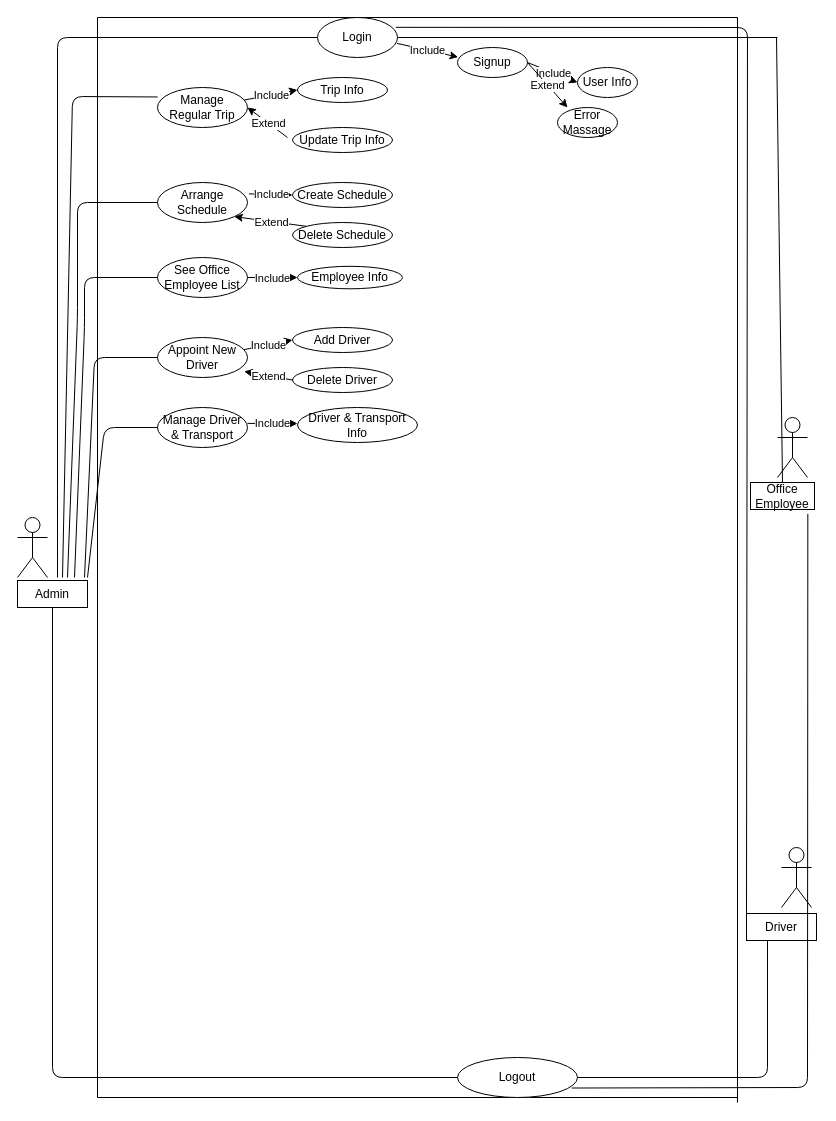
The draw.io diagram Untitled Diagram.drawio in SHIMAISRAFIL/Transport-Schedule, before the edit. Source tidied: cells renumbered, new cells numbered last; positions are measured from the earlier drawing's top-left corner, leaving out a move shared by most shapes. Both pictures are drawn from the tidied source at 100%, with x=0, y=0 at pixel (17, 17).
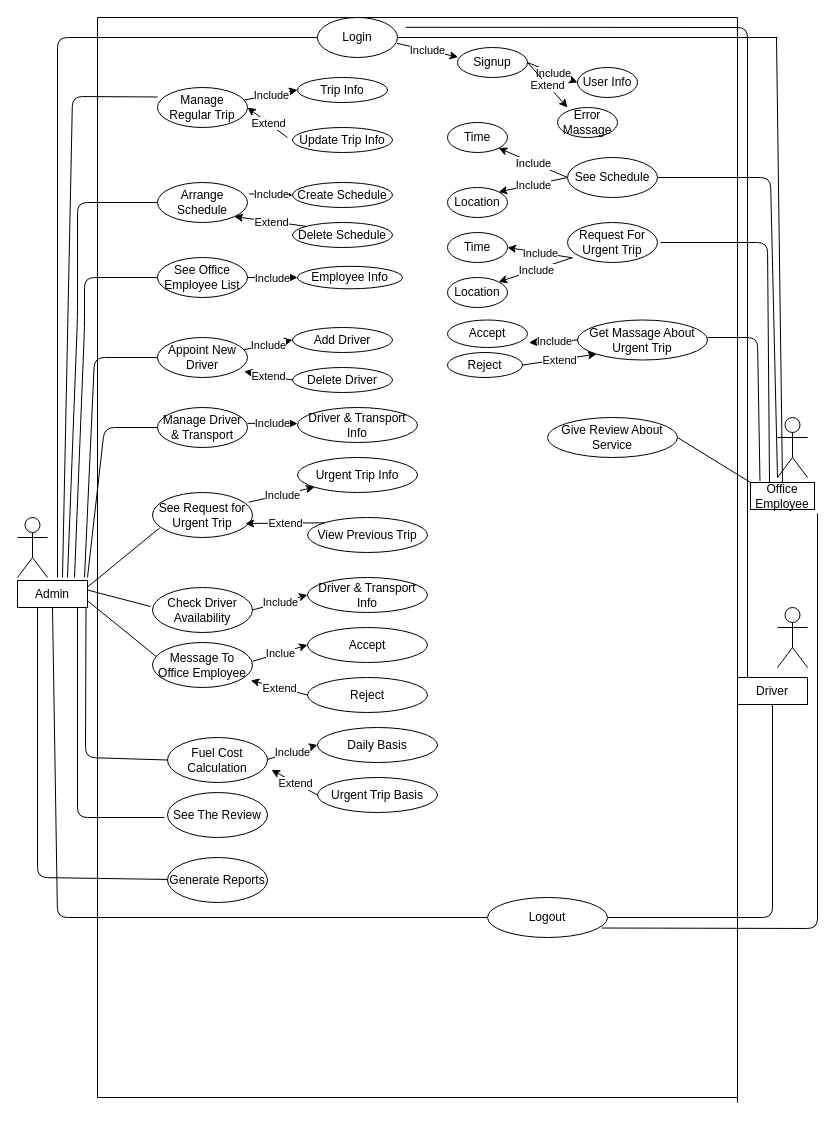
After the change.

Unchanged cells that the change refers to:
```xml
<mxCell id="9" value="Admin" style="rounded=0;whiteSpace=wrap;html=1;" parent="1" vertex="1">
  <mxGeometry y="563" width="70" height="27" as="geometry" />
</mxCell>
<mxCell id="10" value="Office Employee" style="rounded=0;whiteSpace=wrap;html=1;" parent="1" vertex="1">
  <mxGeometry x="733" y="465" width="64" height="27" as="geometry" />
</mxCell>
<mxCell id="15" value="Login" style="ellipse;whiteSpace=wrap;html=1;" parent="1" vertex="1">
  <mxGeometry x="300" width="80" height="40" as="geometry" />
</mxCell>
```

Diff of the diagram source:
```diff
@@
     <mxCell id="4" style="shape=umlActor;verticalLabelPosition=bottom;verticalAlign=top;html=1;" parent="1" vertex="1">
-      <mxGeometry x="764" y="830" width="30" height="60" as="geometry" />
+      <mxGeometry x="760" y="590" width="30" height="60" as="geometry" />
     </mxCell>
@@
     <mxCell id="11" value="Driver" style="rounded=0;whiteSpace=wrap;html=1;" parent="1" vertex="1">
-      <mxGeometry x="729" y="896" width="70" height="27" as="geometry" />
+      <mxGeometry x="720" y="660" width="70" height="27" as="geometry" />
     </mxCell>
-    <mxCell id="12" style="endArrow=none;html=1;" parent="1" edge="1">
+    <mxCell id="12" style="endArrow=none;html=1;entryX=0.5;entryY=1;entryDx=0;entryDy=0;exitX=1;exitY=0.5;exitDx=0;exitDy=0;" parent="1" edge="1" source="13" target="11">
       <mxGeometry relative="1" as="geometry">
-        <mxPoint x="560" y="1060" as="sourcePoint" />
-        <mxPoint x="750" y="923" as="targetPoint" />
         <Array as="points">
-          <mxPoint x="750" y="1060" />
+          <mxPoint x="755" y="900" />
         </Array>
       </mxGeometry>
     </mxCell>
     <mxCell id="13" value="Logout" style="ellipse;whiteSpace=wrap;html=1;" parent="1" vertex="1">
-      <mxGeometry x="440" y="1040" width="120" height="40" as="geometry" />
+      <mxGeometry x="470" y="880" width="120" height="40" as="geometry" />
     </mxCell>
@@
     <mxCell id="39" style="endArrow=none;html=1;entryX=0.5;entryY=1;entryDx=0;entryDy=0;exitX=0;exitY=0.5;exitDx=0;exitDy=0;" parent="1" edge="1" source="13" target="9">
       <mxGeometry relative="1" as="geometry">
         <Array as="points">
-          <mxPoint x="35" y="1060" />
+          <mxPoint x="40" y="900" />
         </Array>
       </mxGeometry>
     </mxCell>
-    <mxCell id="40" style="endArrow=none;html=1;entryX=0.896;entryY=1.163;entryDx=0;entryDy=0;entryPerimeter=0;exitX=0.952;exitY=0.763;exitDx=0;exitDy=0;exitPerimeter=0;" parent="1" edge="1" source="13" target="10">
+    <mxCell id="40" style="endArrow=none;html=1;exitX=0.952;exitY=0.763;exitDx=0;exitDy=0;exitPerimeter=0;" parent="1" edge="1" source="13">
       <mxGeometry relative="1" as="geometry">
+        <mxPoint x="800" y="496" as="targetPoint" />
         <Array as="points">
-          <mxPoint x="790" y="1070" />
+          <mxPoint x="800" y="911" />
         </Array>
       </mxGeometry>
     </mxCell>
-    <mxCell id="41" style="endArrow=none;html=1;exitX=0;exitY=0;exitDx=0;exitDy=0;entryX=0.978;entryY=0.246;entryDx=0;entryDy=0;entryPerimeter=0;" parent="1" edge="1" source="11" target="15">
+    <mxCell id="41" style="endArrow=none;html=1;entryX=0.978;entryY=0.246;entryDx=0;entryDy=0;entryPerimeter=0;" parent="1" edge="1">
       <mxGeometry relative="1" as="geometry">
+        <mxPoint x="730" y="660" as="sourcePoint" />
+        <mxPoint x="388.2" y="9.8" as="targetPoint" />
         <Array as="points">
           <mxPoint x="730" y="10" />
         </Array>
       </mxGeometry>
     </mxCell>
@@
+    <mxCell id="64" style="endArrow=none;html=1;exitX=1;exitY=0.5;exitDx=0;exitDy=0;entryX=0.07;entryY=0.79;entryDx=0;entryDy=0;entryPerimeter=0;" parent="1" edge="1" target="65">
+      <mxGeometry relative="1" as="geometry">
+        <mxPoint x="70" y="569.5" as="sourcePoint" />
+      </mxGeometry>
+    </mxCell>
+    <mxCell id="65" value="See Request for Urgent Trip" style="ellipse;whiteSpace=wrap;html=1;" parent="1" vertex="1">
+      <mxGeometry x="135" y="475" width="100" height="45" as="geometry" />
+    </mxCell>
+    <mxCell id="66" value="Urgent Trip Info" style="ellipse;whiteSpace=wrap;html=1;" parent="1" vertex="1">
+      <mxGeometry x="280" y="440" width="120" height="35" as="geometry" />
+    </mxCell>
+    <mxCell id="67" value="View Previous Trip" style="ellipse;whiteSpace=wrap;html=1;" parent="1" vertex="1">
+      <mxGeometry x="290" y="500" width="120" height="35" as="geometry" />
+    </mxCell>
+    <mxCell id="68" style="endArrow=classic;html=1;entryX=0;entryY=1;entryDx=0;entryDy=0;exitX=0.961;exitY=0.217;exitDx=0;exitDy=0;exitPerimeter=0;" parent="1" edge="1" source="65" target="66">
+      <mxGeometry relative="1" as="geometry" />
+    </mxCell>
+    <mxCell id="69" value="Include" style="edgeLabel;html=1;align=center;verticalAlign=middle;" parent="68" vertex="1">
+      <mxGeometry relative="1" as="geometry" />
+    </mxCell>
+    <mxCell id="70" style="endArrow=classic;html=1;exitX=0;exitY=0;exitDx=0;exitDy=0;" parent="1" edge="1" source="67">
+      <mxGeometry relative="1" as="geometry">
+        <mxPoint x="228" y="506" as="targetPoint" />
+      </mxGeometry>
+    </mxCell>
+    <mxCell id="71" value="Extend" style="edgeLabel;html=1;align=center;verticalAlign=middle;" parent="70" vertex="1">
+      <mxGeometry relative="1" as="geometry" />
+    </mxCell>
+    <mxCell id="72" style="endArrow=none;html=1;exitX=1;exitY=0.5;exitDx=0;exitDy=0;" parent="1" edge="1">
+      <mxGeometry relative="1" as="geometry">
+        <mxPoint x="70" y="572.5" as="sourcePoint" />
+        <mxPoint x="133" y="589" as="targetPoint" />
+      </mxGeometry>
+    </mxCell>
+    <mxCell id="73" value="Check Driver Availability" style="ellipse;whiteSpace=wrap;html=1;" parent="1" vertex="1">
+      <mxGeometry x="135" y="570" width="100" height="45" as="geometry" />
+    </mxCell>
+    <mxCell id="74" value="Driver &amp;amp; Transport Info" style="ellipse;whiteSpace=wrap;html=1;" parent="1" vertex="1">
+      <mxGeometry x="290" y="560" width="120" height="35" as="geometry" />
+    </mxCell>
+    <mxCell id="75" style="endArrow=classic;html=1;entryX=0;entryY=0.5;entryDx=0;entryDy=0;exitX=1;exitY=0.5;exitDx=0;exitDy=0;" parent="1" edge="1" source="73" target="74">
+      <mxGeometry relative="1" as="geometry" />
+    </mxCell>
+    <mxCell id="76" value="Include" style="edgeLabel;html=1;align=center;verticalAlign=middle;" parent="75" vertex="1">
+      <mxGeometry relative="1" as="geometry" />
+    </mxCell>
+    <mxCell id="77" style="endArrow=none;html=1;exitX=1;exitY=0.75;exitDx=0;exitDy=0;entryX=0.05;entryY=0.333;entryDx=0;entryDy=0;entryPerimeter=0;" parent="1" edge="1" source="9" target="78">
+      <mxGeometry relative="1" as="geometry" />
+    </mxCell>
+    <mxCell id="78" value="Message To Office Employee" style="ellipse;whiteSpace=wrap;html=1;" parent="1" vertex="1">
+      <mxGeometry x="135" y="625" width="100" height="45" as="geometry" />
+    </mxCell>
+    <mxCell id="79" value="Accept" style="ellipse;whiteSpace=wrap;html=1;" parent="1" vertex="1">
+      <mxGeometry x="290" y="610" width="120" height="35" as="geometry" />
+    </mxCell>
+    <mxCell id="80" value="Reject" style="ellipse;whiteSpace=wrap;html=1;" parent="1" vertex="1">
+      <mxGeometry x="290" y="660" width="120" height="35" as="geometry" />
+    </mxCell>
+    <mxCell id="81" style="endArrow=classic;html=1;entryX=0;entryY=0.5;entryDx=0;entryDy=0;" parent="1" edge="1" target="79">
+      <mxGeometry relative="1" as="geometry">
+        <mxPoint x="235" y="643.8" as="sourcePoint" />
+      </mxGeometry>
+    </mxCell>
+    <mxCell id="82" value="Inclue" style="edgeLabel;html=1;align=center;verticalAlign=middle;" parent="81" vertex="1">
+      <mxGeometry relative="1" as="geometry" />
+    </mxCell>
+    <mxCell id="83" style="endArrow=classic;html=1;entryX=0.983;entryY=0.844;entryDx=0;entryDy=0;entryPerimeter=0;exitX=0;exitY=0.5;exitDx=0;exitDy=0;" parent="1" edge="1" source="80" target="78">
+      <mxGeometry relative="1" as="geometry" />
+    </mxCell>
+    <mxCell id="84" value="Extend" style="edgeLabel;html=1;align=center;verticalAlign=middle;" parent="83" vertex="1">
+      <mxGeometry relative="1" as="geometry" />
+    </mxCell>
+    <mxCell id="85" style="endArrow=none;html=1;exitX=0.75;exitY=1;exitDx=0;exitDy=0;entryX=0;entryY=0.5;entryDx=0;entryDy=0;" parent="1" edge="1" target="86">
+      <mxGeometry relative="1" as="geometry">
+        <mxPoint x="68.5" y="590" as="sourcePoint" />
+        <Array as="points">
+          <mxPoint x="68" y="740" />
+        </Array>
+      </mxGeometry>
+    </mxCell>
+    <mxCell id="86" value="Fuel Cost Calculation" style="ellipse;whiteSpace=wrap;html=1;" parent="1" vertex="1">
+      <mxGeometry x="150" y="720" width="100" height="45" as="geometry" />
+    </mxCell>
+    <mxCell id="87" value="Daily Basis" style="ellipse;whiteSpace=wrap;html=1;" parent="1" vertex="1">
+      <mxGeometry x="300" y="710" width="120" height="35" as="geometry" />
+    </mxCell>
+    <mxCell id="88" value="Urgent Trip Basis" style="ellipse;whiteSpace=wrap;html=1;" parent="1" vertex="1">
+      <mxGeometry x="300" y="760" width="120" height="35" as="geometry" />
+    </mxCell>
+    <mxCell id="89" style="endArrow=classic;html=1;entryX=0;entryY=0.5;entryDx=0;entryDy=0;" parent="1" edge="1" target="87">
+      <mxGeometry relative="1" as="geometry">
+        <mxPoint x="250" y="741.9" as="sourcePoint" />
+      </mxGeometry>
+    </mxCell>
+    <mxCell id="90" value="Include" style="edgeLabel;html=1;align=center;verticalAlign=middle;" parent="89" vertex="1">
+      <mxGeometry relative="1" as="geometry" />
+    </mxCell>
+    <mxCell id="91" style="endArrow=classic;html=1;entryX=1.04;entryY=0.72;entryDx=0;entryDy=0;entryPerimeter=0;exitX=0;exitY=0.5;exitDx=0;exitDy=0;" parent="1" edge="1" source="88" target="86">
+      <mxGeometry relative="1" as="geometry" />
+    </mxCell>
+    <mxCell id="92" value="Extend" style="edgeLabel;html=1;align=center;verticalAlign=middle;" parent="91" vertex="1">
+      <mxGeometry relative="1" as="geometry" />
+    </mxCell>
+    <mxCell id="93" value="See The Review" style="ellipse;whiteSpace=wrap;html=1;" parent="1" vertex="1">
+      <mxGeometry x="150" y="775" width="100" height="45" as="geometry" />
+    </mxCell>
+    <mxCell id="94" style="endArrow=none;html=1;exitX=0.857;exitY=1;exitDx=0;exitDy=0;exitPerimeter=0;" parent="1" edge="1" source="9">
+      <mxGeometry relative="1" as="geometry">
+        <mxPoint x="147" y="800" as="targetPoint" />
+        <Array as="points">
+          <mxPoint x="60" y="800" />
+        </Array>
+      </mxGeometry>
+    </mxCell>
+    <mxCell id="95" style="endArrow=none;html=1;exitX=0.857;exitY=1;exitDx=0;exitDy=0;exitPerimeter=0;" parent="1" edge="1" target="96">
+      <mxGeometry relative="1" as="geometry">
+        <mxPoint x="20" y="590" as="sourcePoint" />
+        <Array as="points">
+          <mxPoint x="20" y="860" />
+        </Array>
+      </mxGeometry>
+    </mxCell>
+    <mxCell id="96" value="Generate Reports" style="ellipse;whiteSpace=wrap;html=1;" parent="1" vertex="1">
+      <mxGeometry x="150" y="840" width="100" height="45" as="geometry" />
+    </mxCell>
+    <mxCell id="97" style="endArrow=none;html=1;" parent="1" edge="1">
+      <mxGeometry relative="1" as="geometry">
+        <mxPoint x="760" y="460" as="sourcePoint" />
+        <mxPoint x="640" y="160" as="targetPoint" />
+        <Array as="points">
+          <mxPoint x="753" y="160" />
+        </Array>
+      </mxGeometry>
+    </mxCell>
+    <mxCell id="98" value="See Schedule" style="ellipse;whiteSpace=wrap;html=1;" parent="1" vertex="1">
+      <mxGeometry x="550" y="140" width="90" height="40" as="geometry" />
+    </mxCell>
+    <mxCell id="99" value="Time" style="ellipse;whiteSpace=wrap;html=1;" parent="1" vertex="1">
+      <mxGeometry x="430" y="105" width="60" height="30" as="geometry" />
+    </mxCell>
+    <mxCell id="100" value="Location" style="ellipse;whiteSpace=wrap;html=1;" parent="1" vertex="1">
+      <mxGeometry x="430" y="170" width="60" height="30" as="geometry" />
+    </mxCell>
+    <mxCell id="101" style="endArrow=classic;html=1;exitX=0;exitY=0.5;exitDx=0;exitDy=0;entryX=1;entryY=1;entryDx=0;entryDy=0;" parent="1" edge="1" source="98" target="99">
+      <mxGeometry relative="1" as="geometry" />
+    </mxCell>
+    <mxCell id="102" value="Include" style="edgeLabel;html=1;align=center;verticalAlign=middle;" parent="101" vertex="1">
+      <mxGeometry relative="1" as="geometry" />
+    </mxCell>
+    <mxCell id="103" style="endArrow=classic;html=1;exitX=0;exitY=0.5;exitDx=0;exitDy=0;entryX=1;entryY=0;entryDx=0;entryDy=0;" parent="1" edge="1" source="98" target="100">
+      <mxGeometry relative="1" as="geometry" />
+    </mxCell>
+    <mxCell id="104" value="Include" style="edgeLabel;html=1;align=center;verticalAlign=middle;" parent="103" vertex="1">
+      <mxGeometry relative="1" as="geometry" />
+    </mxCell>
+    <mxCell id="105" style="endArrow=none;html=1;exitX=0.25;exitY=0;exitDx=0;exitDy=0;entryX=1;entryY=0.5;entryDx=0;entryDy=0;" parent="1" edge="1">
+      <mxGeometry relative="1" as="geometry">
+        <mxPoint x="752" y="465" as="sourcePoint" />
+        <mxPoint x="643" y="225" as="targetPoint" />
+        <Array as="points">
+          <mxPoint x="750" y="225" />
+        </Array>
+      </mxGeometry>
+    </mxCell>
+    <mxCell id="106" value="Request For Urgent Trip" style="ellipse;whiteSpace=wrap;html=1;" parent="1" vertex="1">
+      <mxGeometry x="550" y="205" width="90" height="40" as="geometry" />
+    </mxCell>
+    <mxCell id="107" value="Time" style="ellipse;whiteSpace=wrap;html=1;" parent="1" vertex="1">
+      <mxGeometry x="430" y="215" width="60" height="30" as="geometry" />
+    </mxCell>
+    <mxCell id="108" value="Location" style="ellipse;whiteSpace=wrap;html=1;" parent="1" vertex="1">
+      <mxGeometry x="430" y="260" width="60" height="30" as="geometry" />
+    </mxCell>
+    <mxCell id="109" style="endArrow=classic;html=1;entryX=1;entryY=0.5;entryDx=0;entryDy=0;exitX=0.058;exitY=0.885;exitDx=0;exitDy=0;exitPerimeter=0;" parent="1" edge="1" source="106" target="107">
+      <mxGeometry relative="1" as="geometry" />
+    </mxCell>
+    <mxCell id="110" value="Include" style="edgeLabel;html=1;align=center;verticalAlign=middle;" parent="109" vertex="1">
+      <mxGeometry relative="1" as="geometry" />
+    </mxCell>
+    <mxCell id="111" style="endArrow=classic;html=1;entryX=1;entryY=0;entryDx=0;entryDy=0;exitX=0.047;exitY=0.885;exitDx=0;exitDy=0;exitPerimeter=0;" parent="1" edge="1" source="106" target="108">
+      <mxGeometry relative="1" as="geometry" />
+    </mxCell>
+    <mxCell id="112" value="Include" style="edgeLabel;html=1;align=center;verticalAlign=middle;" parent="111" vertex="1">
+      <mxGeometry relative="1" as="geometry" />
+    </mxCell>
+    <mxCell id="113" style="endArrow=none;html=1;exitX=0.148;exitY=-0.057;exitDx=0;exitDy=0;exitPerimeter=0;" parent="1" edge="1" source="10">
+      <mxGeometry relative="1" as="geometry">
+        <mxPoint x="690" y="320" as="targetPoint" />
+        <Array as="points">
+          <mxPoint x="740" y="320" />
+        </Array>
+      </mxGeometry>
+    </mxCell>
+    <mxCell id="114" value="Get Massage About Urgent Trip" style="ellipse;whiteSpace=wrap;html=1;" parent="1" vertex="1">
+      <mxGeometry x="560" y="302.5" width="130" height="40" as="geometry" />
+    </mxCell>
+    <mxCell id="115" value="Accept" style="ellipse;whiteSpace=wrap;html=1;" parent="1" vertex="1">
+      <mxGeometry x="430" y="302.5" width="80" height="27.5" as="geometry" />
+    </mxCell>
+    <mxCell id="116" value="Reject" style="ellipse;whiteSpace=wrap;html=1;" parent="1" vertex="1">
+      <mxGeometry x="430" y="335" width="75" height="25" as="geometry" />
+    </mxCell>
+    <mxCell id="117" style="endArrow=classic;html=1;exitX=0;exitY=0.5;exitDx=0;exitDy=0;entryX=1.018;entryY=0.822;entryDx=0;entryDy=0;entryPerimeter=0;" parent="1" edge="1" source="114" target="115">
+      <mxGeometry relative="1" as="geometry" />
+    </mxCell>
+    <mxCell id="118" value="Include" style="edgeLabel;html=1;align=center;verticalAlign=middle;" parent="117" vertex="1">
+      <mxGeometry relative="1" as="geometry" />
+    </mxCell>
+    <mxCell id="119" style="endArrow=classic;html=1;entryX=0;entryY=1;entryDx=0;entryDy=0;exitX=1;exitY=0.5;exitDx=0;exitDy=0;" parent="1" edge="1" source="116" target="114">
+      <mxGeometry relative="1" as="geometry" />
+    </mxCell>
+    <mxCell id="120" value="Extend" style="edgeLabel;html=1;align=center;verticalAlign=middle;" parent="119" vertex="1">
+      <mxGeometry relative="1" as="geometry" />
+    </mxCell>
+    <mxCell id="121" style="endArrow=none;html=1;exitX=0;exitY=0;exitDx=0;exitDy=0;" parent="1" edge="1" source="10">
+      <mxGeometry relative="1" as="geometry">
+        <mxPoint x="660" y="420" as="targetPoint" />
+      </mxGeometry>
+    </mxCell>
+    <mxCell id="122" value="Give Review About Service" style="ellipse;whiteSpace=wrap;html=1;" parent="1" vertex="1">
+      <mxGeometry x="530" y="400" width="130" height="40" as="geometry" />
+    </mxCell>
```
